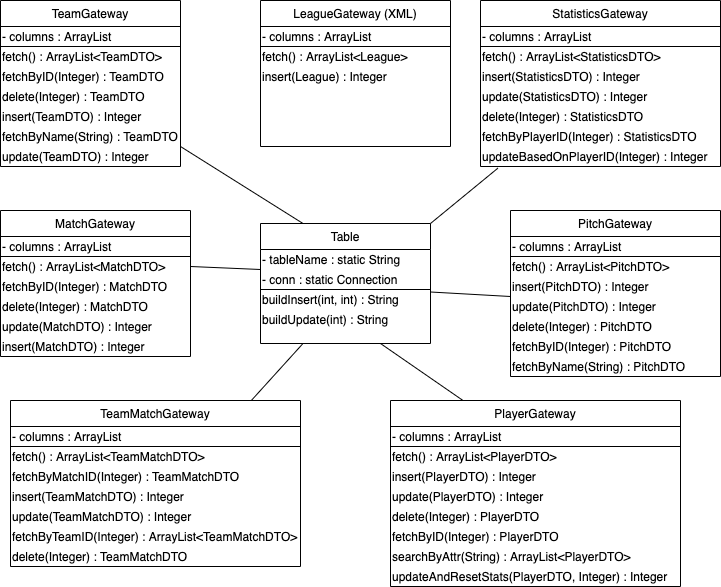
Earlier version of the draw.io export artefacts/gateways_class.png (alenamartinkova/cfbu-IS). Source tidied: cells renumbered, new cells last; positions are measured from the earlier drawing's top-left corner, leaving out a move shared by most shapes.
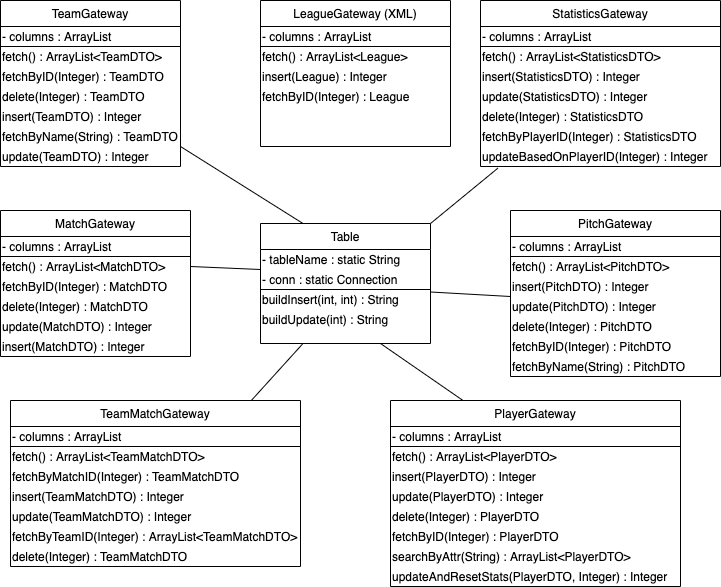
The same diagram one commit later.

Diff of the diagram source:
```diff
@@ -134,6 +134,9 @@
     <mxCell id="45" value="insert(League) : Integer" style="text;html=1;align=left;verticalAlign=middle;whiteSpace=wrap;rounded=0;" parent="42" vertex="1">
       <mxGeometry y="66" width="190" height="20" as="geometry" />
     </mxCell>
+    <mxCell id="66" value="fetchByID(Integer) : League" style="text;html=1;align=left;verticalAlign=middle;whiteSpace=wrap;rounded=0;" parent="42" vertex="1">
+      <mxGeometry y="86" width="190" height="20" as="geometry" />
+    </mxCell>
     <mxCell id="46" value="TeamMatchGateway" style="swimlane;fontStyle=0;align=center;verticalAlign=top;horizontal=1;startSize=26;rounded=0;shadow=0;strokeWidth=1;" parent="1" vertex="1">
       <mxGeometry x="10" y="400" width="290" height="166" as="geometry" />
     </mxCell>
```
